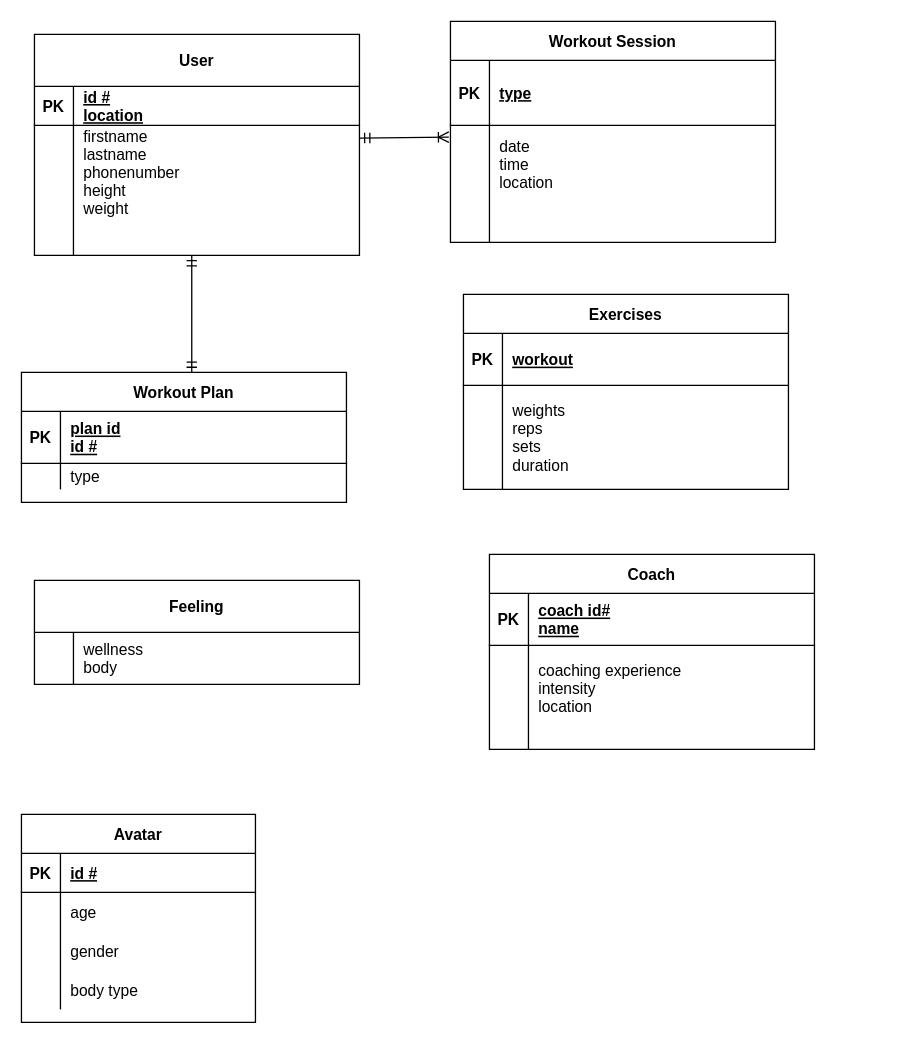
The draw.io diagram Untitled Diagram.drawio in YmaniN/FitnessTracker, before the edit. Source tidied: cells renumbered, new cells numbered last; positions are measured from the earlier drawing's top-left corner, leaving out a move shared by most shapes. Both pictures are drawn from the tidied source at 130%, with x=0, y=0 at pixel (21, 21).
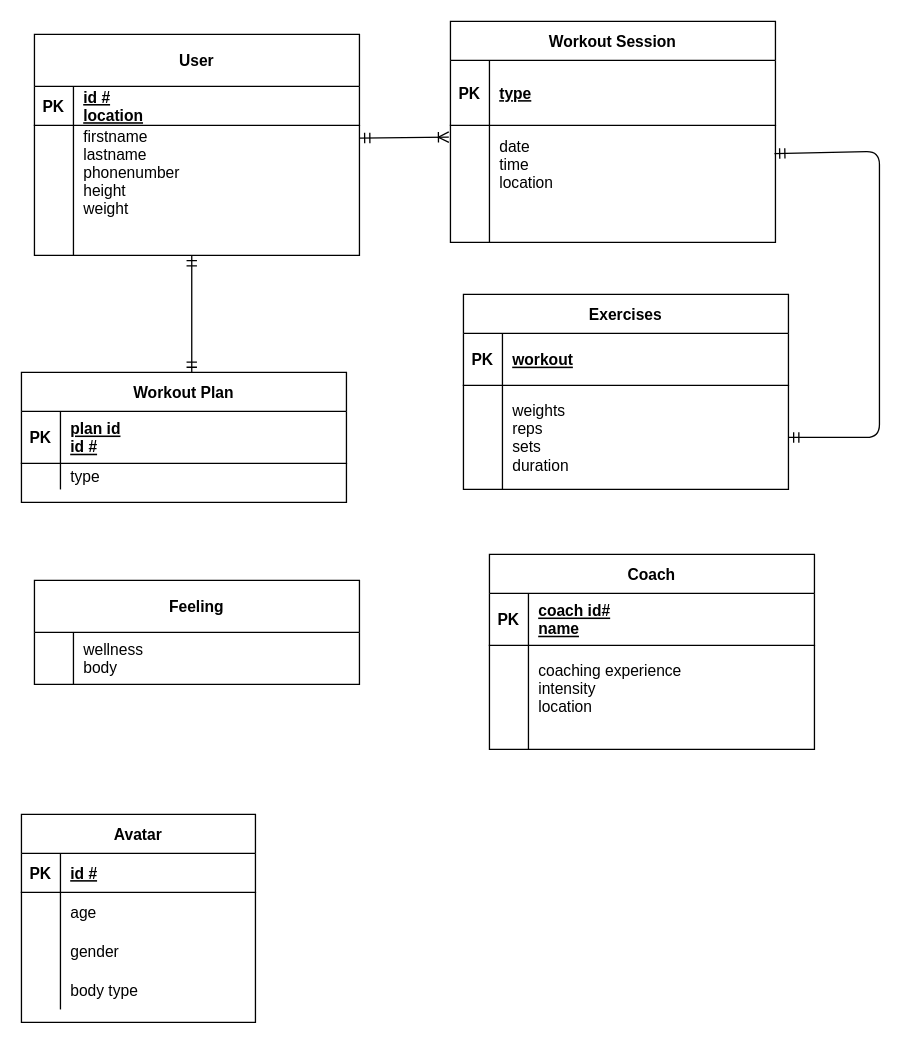
Above is the later version.

Commit message:
Workout session to exercises

a workout session will only have one exercise and you can only do one exercise in a workout session.

Unchanged cells that the change refers to:
```xml
<mxCell id="6" style="shape=partialRectangle;fillColor=none;points=[[0,0.5],[1,0.5]];portConstraint=eastwest;top=0;left=0;right=0;bottom=0;" parent="2" vertex="1">
  <mxGeometry y="80" width="250" height="60" as="geometry" />
</mxCell>
<mxCell id="16" style="shape=partialRectangle;fillColor=none;points=[[0,0.5],[1,0.5]];portConstraint=eastwest;top=0;left=0;right=0;bottom=0;" parent="12" vertex="1">
  <mxGeometry y="70" width="250" height="80" as="geometry" />
</mxCell>
```

Diff of the diagram source:
```diff
@@
+    <mxCell id="59" style="endArrow=ERmandOne;html=1;entryX=0.997;entryY=0.361;entryDx=0;entryDy=0;entryPerimeter=0;exitX=1;exitY=0.5;exitDx=0;exitDy=0;endFill=0;startArrow=ERmandOne;startFill=0;" parent="1" edge="1" source="16" target="6">
+      <mxGeometry relative="1" as="geometry">
+        <Array as="points">
+          <mxPoint x="660" y="320" />
+          <mxPoint x="660" y="280" />
+          <mxPoint x="660" y="210" />
+          <mxPoint x="660" y="100" />
+        </Array>
+      </mxGeometry>
+    </mxCell>
```
